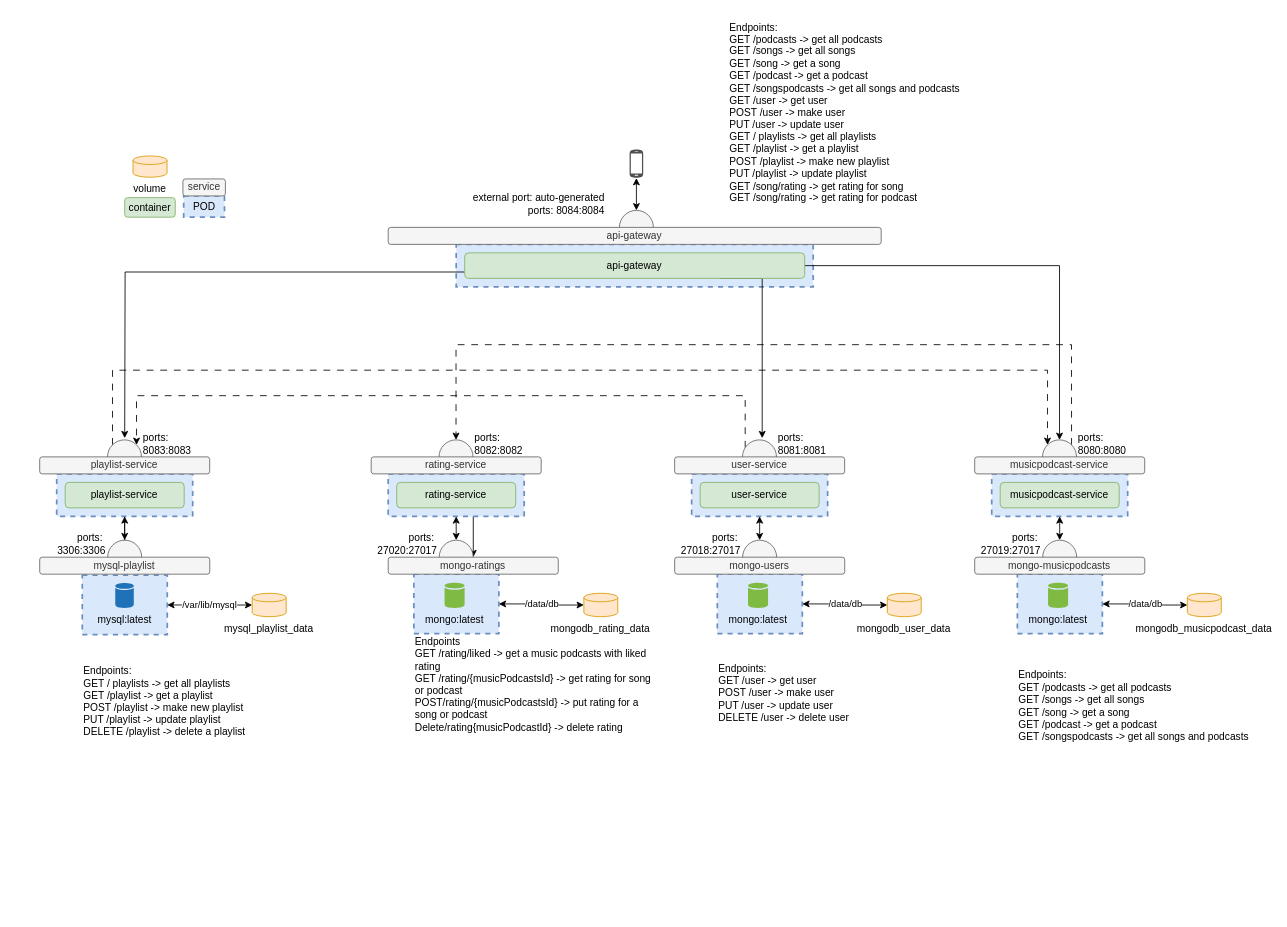
This is muziekservice.drawio from EvaBurghoorn/ProjectEDE_muziekservice, a draw.io file, before an edit. Source tidied: cells renumbered, new cells numbered last; positions are measured from the earlier drawing's top-left corner, leaving out a move shared by most shapes. Both pictures are drawn from the tidied source at 85%, with x=0, y=0 at pixel (14, 14).
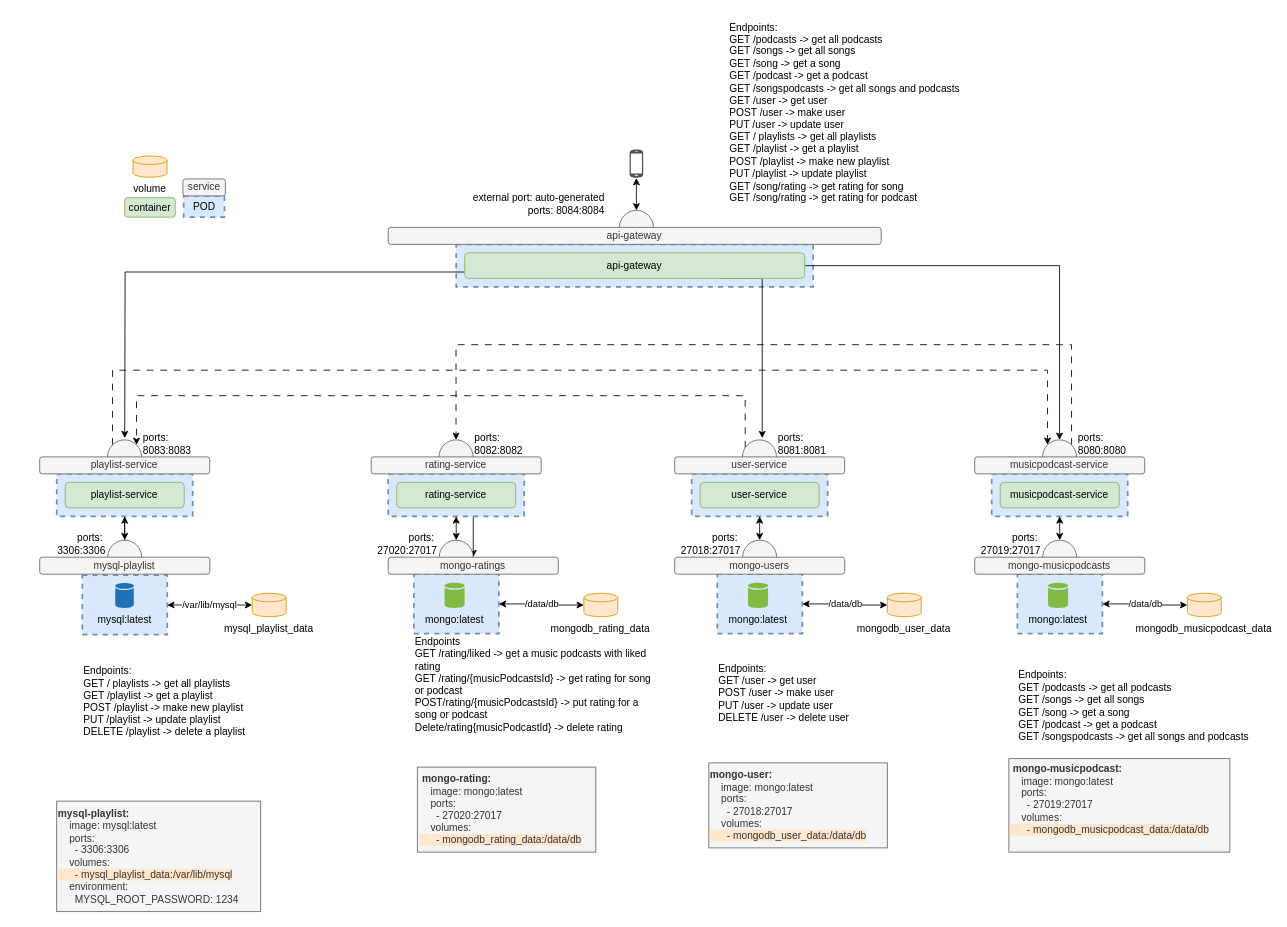
The same diagram, later.

The edit, as a diff of the source:
```diff
@@
+    <mxCell id="78" value="&lt;div&gt;&lt;span style=&quot;background-color: initial;&quot;&gt;&lt;b&gt;&lt;font style=&quot;font-size: 12px;&quot;&gt;mysql-playlist:&lt;/font&gt;&lt;/b&gt;&lt;/span&gt;&lt;/div&gt;&lt;div&gt;&lt;div&gt;&amp;nbsp; &amp;nbsp; image: mysql:latest&lt;/div&gt;&lt;div&gt;&amp;nbsp; &amp;nbsp; ports:&lt;/div&gt;&lt;div&gt;&amp;nbsp; &amp;nbsp; &amp;nbsp; - 3306:3306&lt;/div&gt;&lt;div&gt;&amp;nbsp; &amp;nbsp; volumes:&lt;/div&gt;&lt;div&gt;&lt;span style=&quot;background-color: rgb(255, 230, 204);&quot;&gt;&amp;nbsp; &amp;nbsp; &amp;nbsp; - mysql_playlist_data:/var/lib/mysql&lt;/span&gt;&lt;/div&gt;&lt;div&gt;&amp;nbsp; &amp;nbsp; environment:&lt;/div&gt;&lt;div&gt;&amp;nbsp; &amp;nbsp; &amp;nbsp; MYSQL_ROOT_PASSWORD: 1234&lt;/div&gt;&lt;/div&gt;" style="text;html=1;align=left;verticalAlign=middle;strokeColor=#666666;fillColor=#f5f5f5;fontColor=#333333;" parent="1" vertex="1">
+      <mxGeometry x="49.2" y="925" width="240" height="130" as="geometry" />
+    </mxCell>
+    <mxCell id="79" value="&lt;div&gt;&lt;span style=&quot;background-color: initial;&quot;&gt;&lt;b&gt;&amp;nbsp;mongo-rating:&lt;/b&gt;&lt;/span&gt;&lt;/div&gt;&lt;div&gt;&lt;div&gt;&amp;nbsp; &amp;nbsp; image: mongo:latest&lt;/div&gt;&lt;div&gt;&amp;nbsp; &amp;nbsp; ports:&lt;/div&gt;&lt;div&gt;&amp;nbsp; &amp;nbsp; &amp;nbsp; - 27020:27017&lt;/div&gt;&lt;div&gt;&amp;nbsp; &amp;nbsp; volumes:&lt;/div&gt;&lt;div&gt;&lt;span style=&quot;background-color: rgb(255, 230, 204);&quot;&gt;&amp;nbsp; &amp;nbsp; &amp;nbsp; - mongodb_rating_data:/data/db&lt;/span&gt;&lt;/div&gt;&lt;/div&gt;" style="text;html=1;align=left;verticalAlign=middle;strokeColor=#666666;fillColor=#f5f5f5;fontColor=#333333;" parent="1" vertex="1">
+      <mxGeometry x="473.5" y="885" width="210" height="100" as="geometry" />
+    </mxCell>
+    <mxCell id="80" value="&lt;div&gt;&lt;b style=&quot;&quot;&gt;mongo-user:&lt;/b&gt;&lt;/div&gt;&lt;div&gt;&lt;div&gt;&amp;nbsp; &amp;nbsp; image: mongo:latest&lt;/div&gt;&lt;div style=&quot;&quot;&gt;&amp;nbsp; &amp;nbsp; ports:&lt;/div&gt;&lt;div style=&quot;&quot;&gt;&amp;nbsp; &amp;nbsp; &amp;nbsp; - 27018:27017&lt;/div&gt;&lt;div style=&quot;&quot;&gt;&amp;nbsp; &amp;nbsp; volumes:&lt;/div&gt;&lt;div style=&quot;&quot;&gt;&lt;span style=&quot;background-color: rgb(255, 230, 204);&quot;&gt;&amp;nbsp; &amp;nbsp; &amp;nbsp; - mongodb_user_data:/data/db&lt;/span&gt;&lt;/div&gt;&lt;/div&gt;" style="text;html=1;align=left;verticalAlign=middle;strokeColor=#666666;fillColor=#f5f5f5;fontColor=#333333;" parent="1" vertex="1">
+      <mxGeometry x="816.4" y="880" width="210" height="100" as="geometry" />
+    </mxCell>
+    <mxCell id="81" value="&lt;div&gt;&lt;b&gt;&amp;nbsp;mongo-musicpodcast:&lt;/b&gt;&lt;/div&gt;&lt;div style=&quot;&quot;&gt;&lt;div&gt;&amp;nbsp; &amp;nbsp; image: mongo:latest&lt;/div&gt;&lt;div style=&quot;&quot;&gt;&amp;nbsp; &amp;nbsp; ports:&lt;/div&gt;&lt;div style=&quot;&quot;&gt;&amp;nbsp; &amp;nbsp; &amp;nbsp; - 27019:27017&lt;/div&gt;&lt;div style=&quot;&quot;&gt;&amp;nbsp; &amp;nbsp; volumes&lt;span style=&quot;background-color: rgb(255, 255, 255);&quot;&gt;:&lt;/span&gt;&lt;/div&gt;&lt;div style=&quot;&quot;&gt;&lt;span style=&quot;background-color: rgb(255, 230, 204);&quot;&gt;&amp;nbsp; &amp;nbsp; &amp;nbsp; - mongodb_musicpodcast_data:/data/db&lt;/span&gt;&lt;/div&gt;&lt;div style=&quot;&quot;&gt;&amp;nbsp;&amp;nbsp;&lt;/div&gt;&lt;/div&gt;" style="text;html=1;align=left;verticalAlign=middle;strokeColor=#666666;fillColor=#f5f5f5;fontColor=#333333;" parent="1" vertex="1">
+      <mxGeometry x="1169.4" y="875" width="260" height="110" as="geometry" />
+    </mxCell>
```
